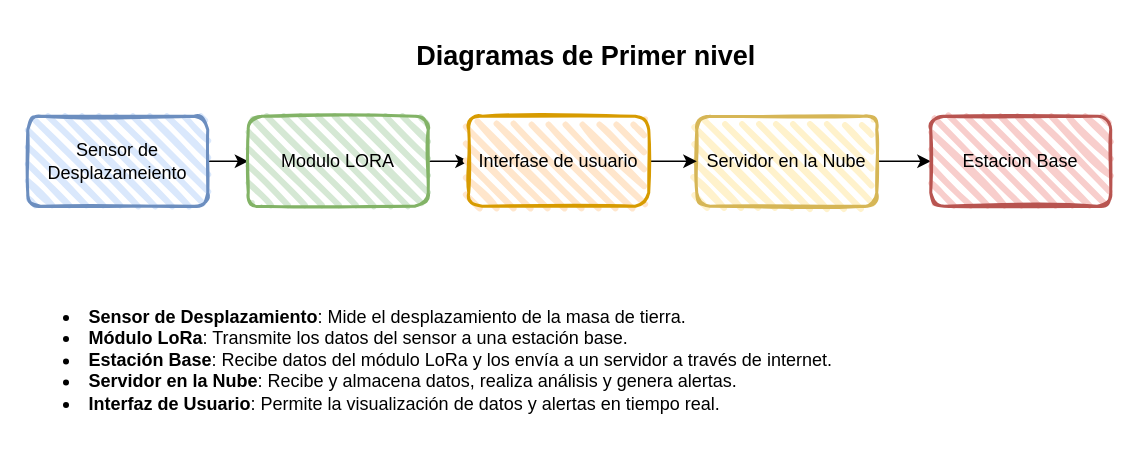
Earlier version of the draw.io diagram Tallinteg_draw/Diag_nivel.drawio (gafservice/Taller_Integrador). Source tidied: cells renumbered, new cells numbered last; positions are measured from the earlier drawing's top-left corner, leaving out a move shared by most shapes. Both pictures are drawn from the tidied source at 150%, with x=0, y=0 at pixel (27, 26).
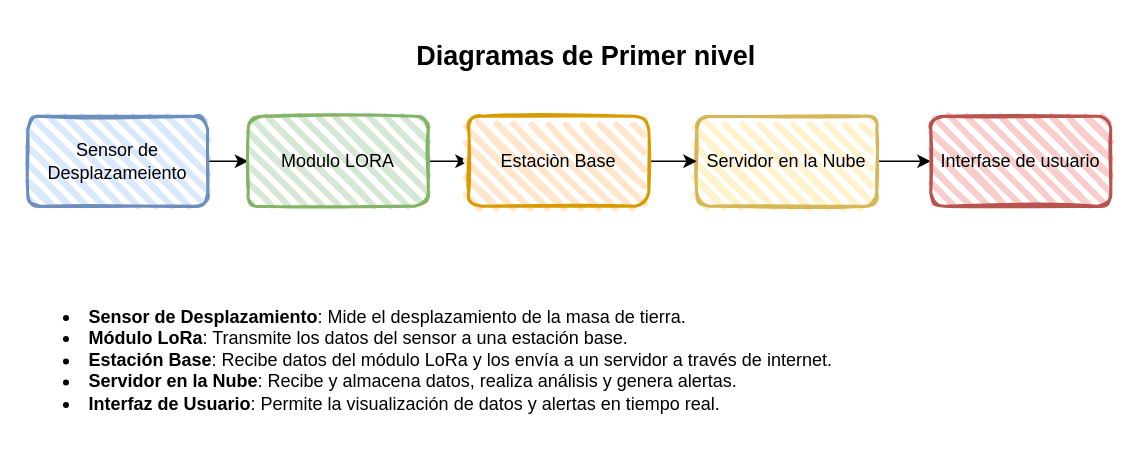
After the change.

Change to the diagram source:
```diff
@@
 <mxGraphModel>
   <root>
     <mxCell id="0" />
     <mxCell id="1" parent="0" />
     <mxCell id="2" style="edgeStyle=orthogonalEdgeStyle;rounded=0;jettySize=auto;html=1;" parent="1" edge="1" source="3" target="7">
       <mxGeometry relative="1" as="geometry" />
     </mxCell>
     <mxCell id="3" value="Sensor de Desplazameiento" style="rounded=1;whiteSpace=wrap;html=1;strokeWidth=2;fillWeight=4;hachureGap=8;hachureAngle=45;fillColor=#dae8fc;sketch=1;labelBackgroundColor=none;labelBorderColor=none;textShadow=0;strokeColor=#6c8ebf;" parent="1" vertex="1">
       <mxGeometry y="60" width="120" height="60" as="geometry" />
     </mxCell>
     <mxCell id="4" value="Diagramas de Primer nivel" style="text;html=1;align=center;verticalAlign=middle;strokeColor=none;fillColor=none;fontSize=18;fontStyle=1;" parent="1" vertex="1">
       <mxGeometry x="257" width="230" height="40" as="geometry" />
     </mxCell>
     <mxCell id="5" value="&lt;li&gt;&lt;strong&gt;Sensor de Desplazamiento&lt;/strong&gt;: Mide el desplazamiento de la masa de tierra.&lt;/li&gt;&lt;li&gt;&lt;strong&gt;Módulo LoRa&lt;/strong&gt;: Transmite los datos del sensor a una estación base.&lt;/li&gt;&lt;li&gt;&lt;strong&gt;Estación Base&lt;/strong&gt;: Recibe datos del módulo LoRa y los envía a un servidor a través de internet.&lt;/li&gt;&lt;li&gt;&lt;strong&gt;Servidor en la Nube&lt;/strong&gt;: Recibe y almacena datos, realiza análisis y genera alertas.&lt;/li&gt;&lt;li&gt;&lt;strong&gt;Interfaz de Usuario&lt;/strong&gt;: Permite la visualización de datos y alertas en tiempo real.&lt;/li&gt;" style="text;whiteSpace=wrap;html=1;" parent="1" vertex="1">
       <mxGeometry x="22" y="180" width="530" height="100" as="geometry" />
     </mxCell>
     <mxCell id="6" style="edgeStyle=orthogonalEdgeStyle;rounded=0;jettySize=auto;html=1;" parent="1" edge="1" source="7" target="12">
       <mxGeometry relative="1" as="geometry" />
     </mxCell>
     <mxCell id="7" value="Modulo LORA" style="rounded=1;whiteSpace=wrap;html=1;strokeWidth=2;fillWeight=4;hachureGap=8;hachureAngle=45;fillColor=#d5e8d4;sketch=1;strokeColor=#82b366;" parent="1" vertex="1">
       <mxGeometry x="147" y="60" width="120" height="60" as="geometry" />
     </mxCell>
     <mxCell id="8" style="edgeStyle=orthogonalEdgeStyle;rounded=0;jettySize=auto;html=1;" parent="1" edge="1" source="9" target="10">
       <mxGeometry relative="1" as="geometry" />
     </mxCell>
     <mxCell id="9" value="Servidor en la Nube" style="rounded=1;whiteSpace=wrap;html=1;strokeWidth=2;fillWeight=4;hachureGap=8;hachureAngle=45;fillColor=#fff2cc;sketch=1;strokeColor=#d6b656;direction=west;" parent="1" vertex="1">
       <mxGeometry x="446" y="60" width="120" height="60" as="geometry" />
     </mxCell>
-    <mxCell id="10" value="Estacion Base" style="rounded=1;whiteSpace=wrap;html=1;strokeWidth=2;fillWeight=4;hachureGap=8;hachureAngle=45;fillColor=#f8cecc;sketch=1;strokeColor=#b85450;" parent="1" vertex="1">
+    <mxCell id="10" value="Interfase de usuario" style="rounded=1;whiteSpace=wrap;html=1;strokeWidth=2;fillWeight=4;hachureGap=8;hachureAngle=45;fillColor=#f8cecc;sketch=1;strokeColor=#b85450;" parent="1" vertex="1">
       <mxGeometry x="602" y="60" width="120" height="60" as="geometry" />
     </mxCell>
     <mxCell id="11" style="edgeStyle=orthogonalEdgeStyle;rounded=0;jettySize=auto;html=1;exitX=0;exitY=0.5;exitDx=0;exitDy=0;entryX=1;entryY=0.5;entryDx=0;entryDy=0;" parent="1" edge="1" source="12" target="9">
       <mxGeometry relative="1" as="geometry" />
     </mxCell>
-    <mxCell id="12" value="Interfase de usuario" style="rounded=1;whiteSpace=wrap;html=1;strokeWidth=2;fillWeight=4;hachureGap=8;hachureAngle=45;fillColor=#ffe6cc;sketch=1;strokeColor=#d79b00;direction=west;" parent="1" vertex="1">
+    <mxCell id="12" value="Estaciòn Base" style="rounded=1;whiteSpace=wrap;html=1;strokeWidth=2;fillWeight=4;hachureGap=8;hachureAngle=45;fillColor=#ffe6cc;sketch=1;strokeColor=#d79b00;direction=west;" parent="1" vertex="1">
       <mxGeometry x="294" y="60" width="120" height="60" as="geometry" />
     </mxCell>
   </root>
 </mxGraphModel>
```
